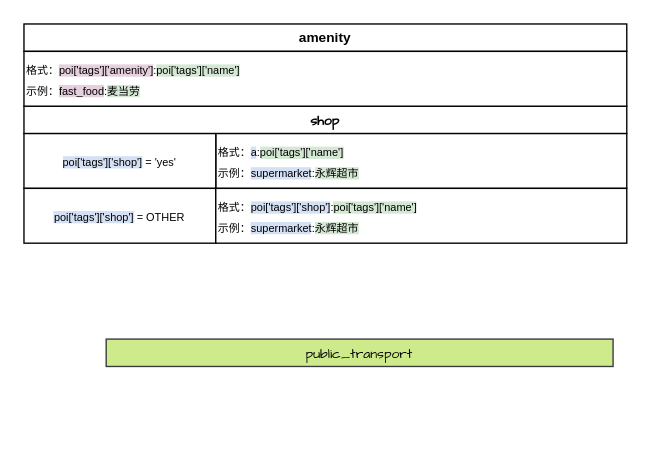
Above: poi表示词.drawio in ginnux/grad_visual (draw.io), before the change. Source tidied: cells renumbered, new cells numbered last; positions are measured from the earlier drawing's top-left corner, leaving out a move shared by most shapes. Both pictures are drawn from the tidied source at 137%, with x=0, y=0 at pixel (23, 23).
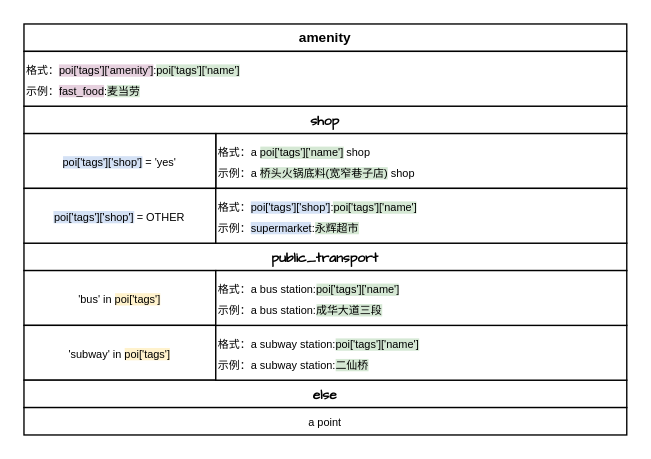
The same diagram, later.

Commit message (it also covers changes not shown here):
更新poi表示词.drawio

The edit, as a diff of the source:
```diff
@@
 <mxGraphModel>
   <root>
     <mxCell id="0" />
     <mxCell id="1" parent="0" />
     <mxCell id="2" value="&lt;span style=&quot;&quot; lang=&quot;EN-US&quot;&gt;&lt;font face=&quot;Maple Mono CN&quot; style=&quot;font-size: 10px;&quot;&gt;&lt;b style=&quot;&quot;&gt;amenity&lt;/b&gt;&lt;/font&gt;&lt;/span&gt;" style="rounded=0;whiteSpace=wrap;html=1;gradientDirection=north;align=center;" parent="1" vertex="1">
       <mxGeometry width="440" height="20" as="geometry" />
     </mxCell>
-    <mxCell id="3" value="&lt;font style=&quot;font-size: 10px;&quot; face=&quot;Comic Sans MS&quot;&gt;public_transport&lt;/font&gt;" style="rounded=0;whiteSpace=wrap;html=1;align=center;fillColor=#cdeb8b;strokeColor=#36393d;" parent="1" vertex="1">
-      <mxGeometry x="60" y="230" width="370" height="20" as="geometry" />
+    <mxCell id="3" value="&lt;font style=&quot;font-size: 10px;&quot; face=&quot;Comic Sans MS&quot;&gt;&lt;b&gt;public_transport&lt;/b&gt;&lt;/font&gt;" style="rounded=0;whiteSpace=wrap;html=1;align=center;" parent="1" vertex="1">
+      <mxGeometry y="160" width="440" height="20" as="geometry" />
     </mxCell>
     <mxCell id="4" value="&lt;font style=&quot;font-size: 10px;&quot; face=&quot;Comic Sans MS&quot;&gt;&lt;b&gt;shop&lt;/b&gt;&lt;/font&gt;" style="rounded=0;whiteSpace=wrap;html=1;align=center;" parent="1" vertex="1">
       <mxGeometry y="60" width="440" height="20" as="geometry" />
     </mxCell>
     <mxCell id="5" value="&lt;font face=&quot;Maple Mono CN&quot;&gt;&lt;font style=&quot;font-size: 8px;&quot;&gt;格式：&lt;span style=&quot;background-color: rgb(230, 208, 222);&quot;&gt;poi['tags']['amenity']&lt;/span&gt;:&lt;/font&gt;&lt;span style=&quot;font-size: 8px; background-color: rgb(213, 232, 212);&quot;&gt;poi['tags']['name']&lt;/span&gt;&lt;/font&gt;&lt;div&gt;&lt;font face=&quot;Maple Mono CN&quot;&gt;&lt;font style=&quot;font-size: 8px;&quot;&gt;示例&lt;/font&gt;&lt;font style=&quot;font-size: 8px;&quot;&gt;：&lt;/font&gt;&lt;/font&gt;&lt;span style=&quot;font-size: 8px;&quot;&gt;&lt;font style=&quot;&quot; face=&quot;Maple Mono CN&quot;&gt;&lt;span style=&quot;background-color: rgb(230, 208, 222);&quot;&gt;fast_food&lt;/span&gt;:&lt;span style=&quot;background-color: rgb(213, 232, 212);&quot;&gt;麦当劳&lt;/span&gt;&lt;/font&gt;&lt;/span&gt;&lt;/div&gt;" style="rounded=0;whiteSpace=wrap;html=1;align=left;" parent="1" vertex="1">
       <mxGeometry y="20" width="440" height="40" as="geometry" />
     </mxCell>
-    <mxCell id="6" value="&lt;font face=&quot;Maple Mono CN&quot;&gt;&lt;font style=&quot;font-size: 8px;&quot;&gt;格式：&lt;span style=&quot;background-color: rgb(212, 225, 245);&quot;&gt;a&lt;/span&gt;:&lt;/font&gt;&lt;span style=&quot;font-size: 8px; background-color: rgb(213, 232, 212);&quot;&gt;poi['tags']['name']&lt;/span&gt;&lt;/font&gt;&lt;div&gt;&lt;font style=&quot;font-family: &amp;quot;Maple Mono CN&amp;quot;; font-size: 8px;&quot;&gt;示例&lt;/font&gt;&lt;font style=&quot;font-family: &amp;quot;Maple Mono CN&amp;quot;; font-size: 8px;&quot;&gt;：&lt;/font&gt;&lt;font style=&quot;&quot; face=&quot;Maple Mono CN&quot;&gt;&lt;span style=&quot;font-size: 8px; background-color: rgb(212, 225, 245);&quot;&gt;supermarket&lt;/span&gt;&lt;/font&gt;&lt;span style=&quot;font-family: &amp;quot;Maple Mono CN&amp;quot;; font-size: 8px; background-color: transparent; color: light-dark(rgb(0, 0, 0), rgb(255, 255, 255));&quot;&gt;:&lt;/span&gt;&lt;span style=&quot;font-family: &amp;quot;Maple Mono CN&amp;quot;; font-size: 8px; color: light-dark(rgb(0, 0, 0), rgb(255, 255, 255)); background-color: rgb(213, 232, 212);&quot;&gt;永辉超市&lt;/span&gt;&lt;/div&gt;" style="rounded=0;whiteSpace=wrap;html=1;align=left;" parent="1" vertex="1">
+    <mxCell id="6" value="&lt;font face=&quot;Maple Mono CN&quot;&gt;&lt;font style=&quot;font-size: 8px;&quot;&gt;格式：&lt;span&gt;&lt;span&gt;a&lt;/span&gt;&lt;span&gt;&amp;nbsp;&lt;/span&gt;&lt;/span&gt;&lt;/font&gt;&lt;span style=&quot;font-size: 8px; background-color: rgb(213, 232, 212);&quot;&gt;poi['tags']['name']&lt;/span&gt;&lt;span style=&quot;font-size: 8px;&quot;&gt; shop&lt;/span&gt;&lt;/font&gt;&lt;div&gt;&lt;font style=&quot;font-family: &amp;quot;Maple Mono CN&amp;quot;; font-size: 8px;&quot;&gt;示例&lt;/font&gt;&lt;font style=&quot;font-family: &amp;quot;Maple Mono CN&amp;quot;; font-size: 8px;&quot;&gt;：a&amp;nbsp;&lt;/font&gt;&lt;span style=&quot;font-family: &amp;quot;Maple Mono CN&amp;quot;; font-size: 8px; color: light-dark(rgb(0, 0, 0), rgb(255, 255, 255)); background-color: rgb(213, 232, 212);&quot;&gt;桥头火锅底料(宽窄巷子店)&lt;/span&gt;&lt;span style=&quot;font-family: &amp;quot;Maple Mono CN&amp;quot;; font-size: 8px; color: light-dark(rgb(0, 0, 0), rgb(255, 255, 255));&quot;&gt; shop&lt;/span&gt;&lt;/div&gt;" style="rounded=0;whiteSpace=wrap;html=1;align=left;" parent="1" vertex="1">
       <mxGeometry x="140" y="80" width="300" height="40" as="geometry" />
     </mxCell>
     <mxCell id="7" value="&lt;span style=&quot;font-family: &amp;quot;Maple Mono CN&amp;quot;; font-size: 8px; text-align: left; background-color: rgb(212, 225, 245);&quot;&gt;poi['tags']['shop']&lt;/span&gt;&lt;span style=&quot;font-family: &amp;quot;Maple Mono CN&amp;quot;; font-size: 8px; text-align: left;&quot;&gt; = 'yes'&lt;/span&gt;" style="rounded=0;whiteSpace=wrap;html=1;" parent="1" vertex="1">
       <mxGeometry y="80" width="140" height="40" as="geometry" />
     </mxCell>
     <mxCell id="8" value="&lt;span style=&quot;font-family: &amp;quot;Maple Mono CN&amp;quot;; font-size: 8px; text-align: left; background-color: rgb(212, 225, 245);&quot;&gt;poi['tags']['shop']&lt;/span&gt;&lt;span style=&quot;font-family: &amp;quot;Maple Mono CN&amp;quot;; font-size: 8px; text-align: left;&quot;&gt; = OTHER&lt;/span&gt;" style="rounded=0;whiteSpace=wrap;html=1;" parent="1" vertex="1">
       <mxGeometry y="120" width="140" height="40" as="geometry" />
     </mxCell>
     <mxCell id="9" value="&lt;font face=&quot;Maple Mono CN&quot;&gt;&lt;font style=&quot;font-size: 8px;&quot;&gt;格式：&lt;span style=&quot;background-color: rgb(212, 225, 245);&quot;&gt;poi['tags']['shop']&lt;/span&gt;:&lt;/font&gt;&lt;span style=&quot;font-size: 8px; background-color: rgb(213, 232, 212);&quot;&gt;poi['tags']['name']&lt;/span&gt;&lt;/font&gt;&lt;div&gt;&lt;font style=&quot;font-family: &amp;quot;Maple Mono CN&amp;quot;; font-size: 8px;&quot;&gt;示例&lt;/font&gt;&lt;font style=&quot;font-family: &amp;quot;Maple Mono CN&amp;quot;; font-size: 8px;&quot;&gt;：&lt;/font&gt;&lt;font style=&quot;&quot; face=&quot;Maple Mono CN&quot;&gt;&lt;span style=&quot;font-size: 8px; background-color: rgb(212, 225, 245);&quot;&gt;supermarket&lt;/span&gt;&lt;/font&gt;&lt;span style=&quot;font-family: &amp;quot;Maple Mono CN&amp;quot;; font-size: 8px; background-color: transparent; color: light-dark(rgb(0, 0, 0), rgb(255, 255, 255));&quot;&gt;:&lt;/span&gt;&lt;span style=&quot;font-family: &amp;quot;Maple Mono CN&amp;quot;; font-size: 8px; color: light-dark(rgb(0, 0, 0), rgb(255, 255, 255)); background-color: rgb(213, 232, 212);&quot;&gt;永辉超市&lt;/span&gt;&lt;/div&gt;" style="rounded=0;whiteSpace=wrap;html=1;align=left;" parent="1" vertex="1">
       <mxGeometry x="140" y="120" width="300" height="40" as="geometry" />
     </mxCell>
+    <mxCell id="10" value="&lt;span style=&quot;font-family: &amp;quot;Maple Mono CN&amp;quot;; font-size: 8px; text-align: left;&quot;&gt;'bus' in &lt;/span&gt;&lt;span style=&quot;font-family: &amp;quot;Maple Mono CN&amp;quot;; font-size: 8px; text-align: left; background-color: rgb(255, 242, 204);&quot;&gt;poi['tags']&lt;/span&gt;" style="rounded=0;whiteSpace=wrap;html=1;" parent="1" vertex="1">
+      <mxGeometry y="180" width="140" height="40" as="geometry" />
+    </mxCell>
+    <mxCell id="11" value="&lt;span style=&quot;font-family: &amp;quot;Maple Mono CN&amp;quot;; font-size: 8px; text-align: left;&quot;&gt;'subway' in&amp;nbsp;&lt;/span&gt;&lt;span style=&quot;font-family: &amp;quot;Maple Mono CN&amp;quot;; font-size: 8px; text-align: left; background-color: rgb(255, 242, 204);&quot;&gt;poi['tags']&lt;/span&gt;" style="rounded=0;whiteSpace=wrap;html=1;" parent="1" vertex="1">
+      <mxGeometry y="220" width="140" height="40" as="geometry" />
+    </mxCell>
+    <mxCell id="12" value="&lt;font style=&quot;font-size: 10px;&quot; face=&quot;Comic Sans MS&quot;&gt;&lt;b&gt;else&lt;/b&gt;&lt;/font&gt;" style="rounded=0;whiteSpace=wrap;html=1;align=center;" parent="1" vertex="1">
+      <mxGeometry y="260" width="440" height="20" as="geometry" />
+    </mxCell>
+    <mxCell id="13" value="&lt;font face=&quot;Maple Mono CN&quot;&gt;&lt;span style=&quot;font-size: 8px;&quot;&gt;a point&lt;/span&gt;&lt;/font&gt;" style="rounded=0;whiteSpace=wrap;html=1;align=center;" parent="1" vertex="1">
+      <mxGeometry y="280" width="440" height="20" as="geometry" />
+    </mxCell>
+    <mxCell id="14" value="&lt;font face=&quot;Maple Mono CN&quot;&gt;&lt;font style=&quot;font-size: 8px;&quot;&gt;格式：&lt;/font&gt;&lt;/font&gt;&lt;span style=&quot;font-family: &amp;quot;Maple Mono CN&amp;quot;; font-size: 8px;&quot;&gt;a subway station&lt;/span&gt;&lt;font face=&quot;Maple Mono CN&quot;&gt;&lt;font style=&quot;font-size: 8px;&quot;&gt;:&lt;/font&gt;&lt;span style=&quot;font-size: 8px; background-color: rgb(213, 232, 212);&quot;&gt;poi['tags']['name']&lt;/span&gt;&lt;/font&gt;&lt;div&gt;&lt;font style=&quot;font-family: &amp;quot;Maple Mono CN&amp;quot;; font-size: 8px;&quot;&gt;示例&lt;/font&gt;&lt;font style=&quot;font-family: &amp;quot;Maple Mono CN&amp;quot;; font-size: 8px;&quot;&gt;：&lt;/font&gt;&lt;font style=&quot;&quot; face=&quot;Maple Mono CN&quot;&gt;&lt;span style=&quot;font-size: 8px;&quot;&gt;a subway station&lt;/span&gt;&lt;/font&gt;&lt;span style=&quot;font-family: &amp;quot;Maple Mono CN&amp;quot;; font-size: 8px; background-color: transparent; color: light-dark(rgb(0, 0, 0), rgb(255, 255, 255));&quot;&gt;:&lt;/span&gt;&lt;span style=&quot;font-family: &amp;quot;Maple Mono CN&amp;quot;; font-size: 8px; color: light-dark(rgb(0, 0, 0), rgb(255, 255, 255)); background-color: rgb(213, 232, 212);&quot;&gt;二仙桥&lt;/span&gt;&lt;/div&gt;" style="rounded=0;whiteSpace=wrap;html=1;align=left;" parent="1" vertex="1">
+      <mxGeometry x="140" y="220" width="300" height="40" as="geometry" />
+    </mxCell>
+    <mxCell id="15" value="&lt;font face=&quot;Maple Mono CN&quot;&gt;&lt;font style=&quot;font-size: 8px;&quot;&gt;格式：&lt;/font&gt;&lt;/font&gt;&lt;span style=&quot;font-family: &amp;quot;Maple Mono CN&amp;quot;; font-size: 8px;&quot;&gt;a bus station&lt;/span&gt;&lt;font face=&quot;Maple Mono CN&quot;&gt;&lt;font style=&quot;font-size: 8px;&quot;&gt;:&lt;/font&gt;&lt;span style=&quot;font-size: 8px; background-color: rgb(213, 232, 212);&quot;&gt;poi['tags']['name']&lt;/span&gt;&lt;/font&gt;&lt;div&gt;&lt;font style=&quot;font-family: &amp;quot;Maple Mono CN&amp;quot;; font-size: 8px;&quot;&gt;示例&lt;/font&gt;&lt;font style=&quot;font-family: &amp;quot;Maple Mono CN&amp;quot;; font-size: 8px;&quot;&gt;：&lt;/font&gt;&lt;font style=&quot;&quot; face=&quot;Maple Mono CN&quot;&gt;&lt;span style=&quot;font-size: 8px;&quot;&gt;a bus station&lt;/span&gt;&lt;/font&gt;&lt;span style=&quot;font-family: &amp;quot;Maple Mono CN&amp;quot;; font-size: 8px; background-color: transparent; color: light-dark(rgb(0, 0, 0), rgb(255, 255, 255));&quot;&gt;:&lt;/span&gt;&lt;span style=&quot;font-family: &amp;quot;Maple Mono CN&amp;quot;; font-size: 8px; color: light-dark(rgb(0, 0, 0), rgb(255, 255, 255)); background-color: rgb(213, 232, 212);&quot;&gt;成华大道三段&lt;/span&gt;&lt;/div&gt;" style="rounded=0;whiteSpace=wrap;html=1;align=left;" parent="1" vertex="1">
+      <mxGeometry x="140" y="180" width="300" height="40" as="geometry" />
+    </mxCell>
   </root>
 </mxGraphModel>
```
